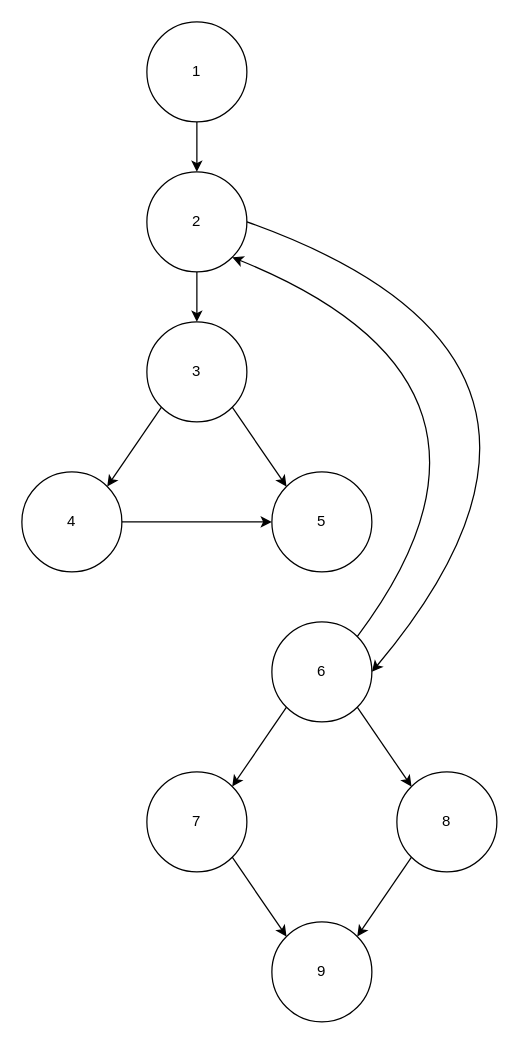
Earlier version of the draw.io diagram Prueba_del_camino_basico.drawio (Kristiansito/Diagramas). Source tidied: cells renumbered, new cells numbered last; positions are measured from the earlier drawing's top-left corner, leaving out a move shared by most shapes. Both pictures are drawn from the tidied source at 125%, with x=0, y=0 at pixel (21, 21).
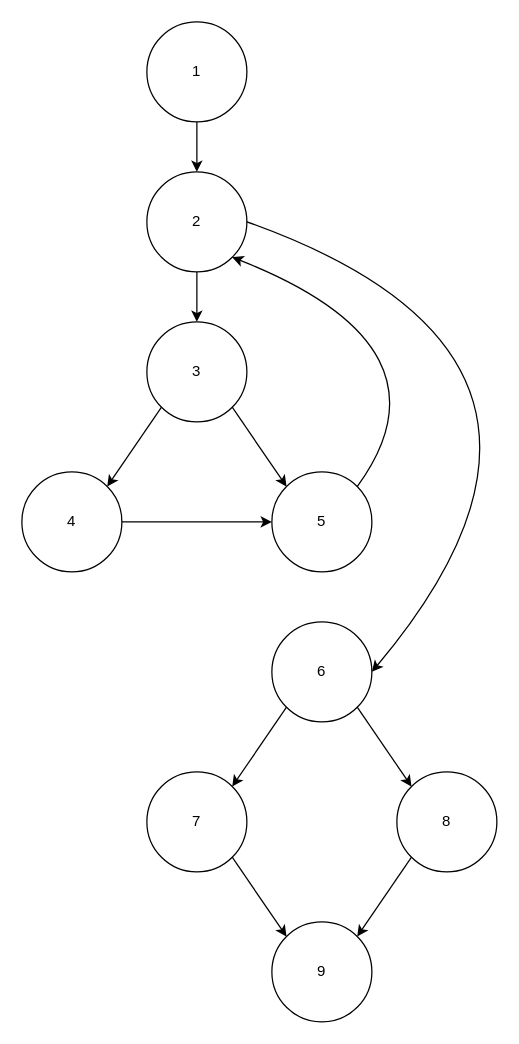
The same diagram, later.

The change refers to these unchanged cells:
```xml
<mxCell id="5" value="2" style="ellipse;whiteSpace=wrap;html=1;" parent="1" vertex="1">
  <mxGeometry x="100" y="120" width="80" height="80" as="geometry" />
</mxCell>
<mxCell id="8" value="5" style="ellipse;whiteSpace=wrap;html=1;" parent="1" vertex="1">
  <mxGeometry x="200" y="360" width="80" height="80" as="geometry" />
</mxCell>
<mxCell id="12" value="6" style="ellipse;whiteSpace=wrap;html=1;" parent="1" vertex="1">
  <mxGeometry x="200" y="480" width="80" height="80" as="geometry" />
</mxCell>
```

Diff of the diagram source:
```diff
@@
-    <mxCell id="21" style="curved=1;endArrow=classic;html=1;rounded=0;exitX=1;exitY=0;exitDx=0;exitDy=0;entryX=1;entryY=1;entryDx=0;entryDy=0;" parent="1" edge="1" source="12" target="5">
+    <mxCell id="21" style="curved=1;endArrow=classic;html=1;rounded=0;exitX=1;exitY=0;exitDx=0;exitDy=0;entryX=1;entryY=1;entryDx=0;entryDy=0;" parent="1" edge="1" source="8" target="5">
       <mxGeometry relative="1" as="geometry">
         <Array as="points">
-          <mxPoint x="420" y="290" />
+          <mxPoint x="350" y="260" />
         </Array>
       </mxGeometry>
     </mxCell>
```
